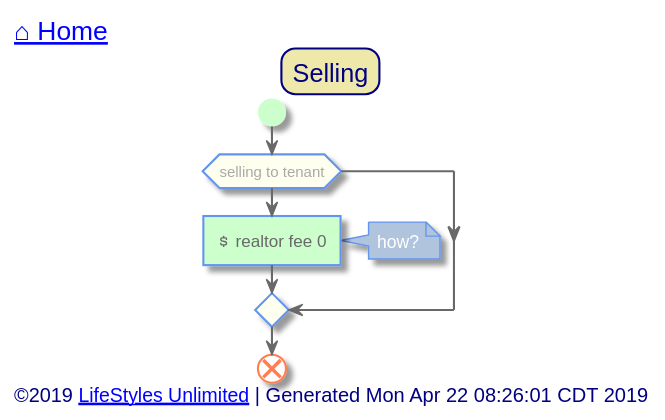
Above: out/src/single-family/selling.svg in toddmo/lifestylesunlimited (PlantUML), before the change.
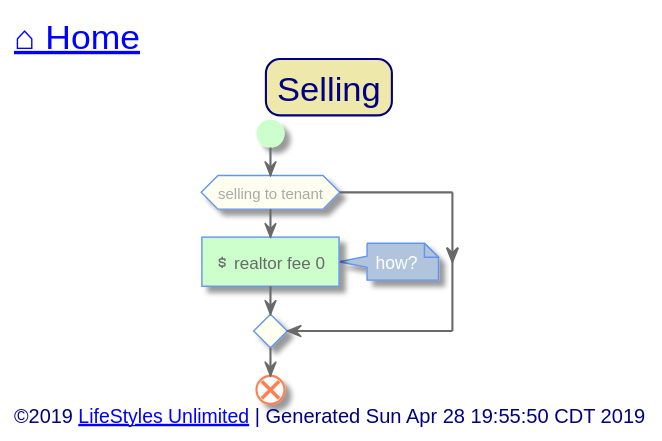
Above is the later version.

What changed in the source:
```diff
@@ -11,11 +11,13 @@
   BackgroundColor PaleGoldenRod
   BorderColor Navy
   BorderRoundCorner 20
+  FontSize 24
 }
 
 skinparam activity {
   BackgroundColor Ivory
   BorderColor CornflowerBlue
+  BorderThickness 1
   FontColor DimGray
 
 
@@ -73,7 +75,7 @@
 
 
 left header
-	<font color=Navy size=18>[[../index.svg ⌂ Home]]</font>
+	<font color=Navy size=24>[[../index.svg ⌂ Home]]</font>
 endheader
 
 
@@ -93,7 +95,7 @@
 
 
 left footer
-	<font size=14>©2019 [[http://www.lifestylesunlimited.com LifeStyles Unlimited]] | Generated Mon Apr 22 08:26:01 CDT 2019</font>
+	<font size=14>©2019 [[http://www.lifestylesunlimited.com LifeStyles Unlimited]] | Generated Sun Apr 28 19:55:50 CDT 2019</font>
 endfooter
 
 
```
